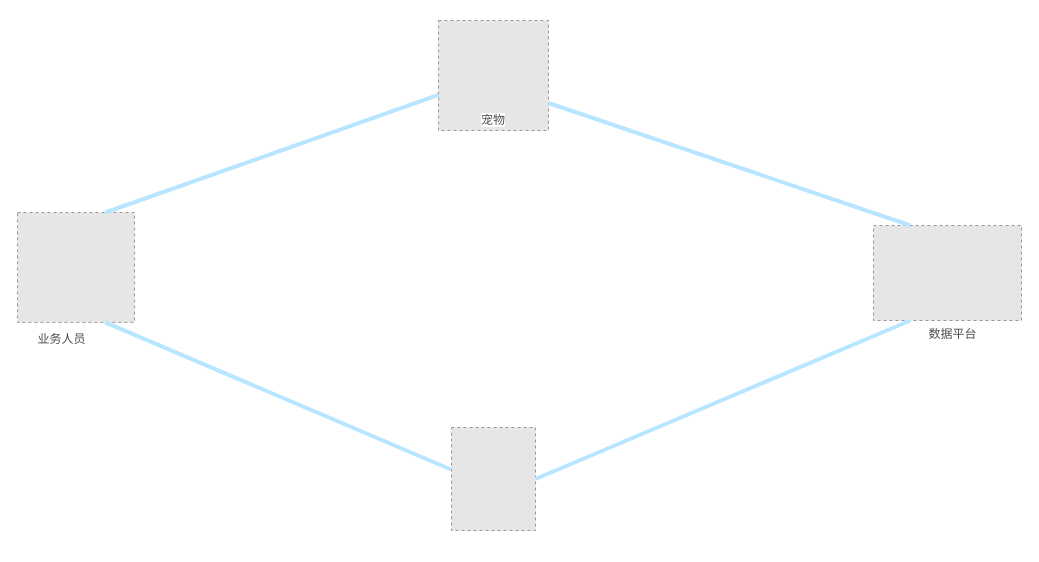
fangzheng0518/draw keeps this draw.io diagram as pet_data_warehouse/宠物标签.drawio. Above is the earlier version. Source tidied: cells renumbered, new cells numbered last; positions are measured from the earlier drawing's top-left corner, leaving out a move shared by most shapes. Both pictures are drawn from the tidied source at 100%, with x=0, y=0 at pixel (17, 20). Pictures stored in the file or linked from it are replaced by grey dashed boxes.
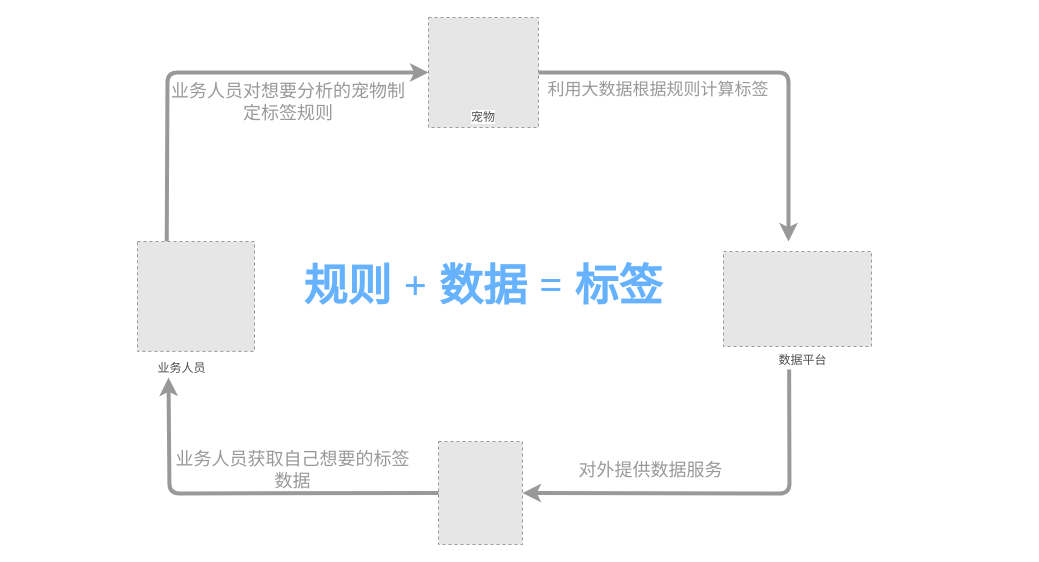
Above is the later version.

Commit message (it also covers changes not shown here):
更新宠物标签.drawio

Unchanged cells that the change refers to:
```xml
<mxCell id="4" style="fillColor=#E6E6E6;strokeColor=#999999;dashed=1;verticalLabelPosition=bottom;labelBackgroundColor=#ffffff;verticalAlign=top;" parent="3" vertex="1">
  <mxGeometry width="110" height="110" as="geometry" />
</mxCell>
<mxCell id="7" style="fillColor=#E6E6E6;strokeColor=#999999;dashed=1;verticalLabelPosition=bottom;labelBackgroundColor=#ffffff;verticalAlign=top;" parent="6" vertex="1">
  <mxGeometry width="148" height="95" as="geometry" />
</mxCell>
<mxCell id="8" value="&lt;font color=&quot;#4d4d4d&quot;&gt;&lt;span style=&quot;background-color: rgb(255 , 255 , 255)&quot;&gt;数据平台&lt;/span&gt;&lt;/font&gt;" style="text;html=1;strokeColor=none;fillColor=none;align=center;verticalAlign=middle;whiteSpace=wrap;rounded=0;" parent="6" vertex="1">
  <mxGeometry x="51.3" y="100" width="57.3" height="18" as="geometry" />
</mxCell>
```

The edit, as a diff of the source:
```diff
@@
     <mxCell id="2" style="fillColor=#E6E6E6;strokeColor=#999999;dashed=1;verticalLabelPosition=bottom;labelBackgroundColor=#ffffff;verticalAlign=top;" parent="1" vertex="1">
-      <mxGeometry x="434" y="407" width="84" height="103" as="geometry" />
+      <mxGeometry x="421" y="421" width="84" height="103" as="geometry" />
     </mxCell>
     <mxCell id="3" style="group;" parent="1" vertex="1">
-      <mxGeometry x="421" width="110" height="110" as="geometry" />
+      <mxGeometry x="411" y="-3" width="110" height="170" as="geometry" />
     </mxCell>
@@
     <mxCell id="6" style="group;" parent="1" vertex="1">
-      <mxGeometry x="856" y="205" width="148" height="118" as="geometry" />
+      <mxGeometry x="706" y="231" width="148" height="118" as="geometry" />
     </mxCell>
@@
-    <mxCell id="9" style="group;" parent="1" vertex="1">
-      <mxGeometry y="192" width="117" height="136" as="geometry" />
-    </mxCell>
+    <mxCell id="16" value="&lt;font style=&quot;font-size: 17px&quot; color=&quot;#999999&quot;&gt;利用大数据根据规则计算标签&lt;/font&gt;" style="text;html=1;strokeColor=none;fillColor=none;align=center;verticalAlign=middle;whiteSpace=wrap;rounded=0;rotation=0;" parent="1" vertex="1">
+      <mxGeometry x="526" y="61" width="230" height="17" as="geometry" />
+    </mxCell>
+    <mxCell id="17" value="&lt;font style=&quot;font-size: 18px&quot; color=&quot;#999999&quot;&gt;对外提供数据服务&lt;/font&gt;" style="text;html=1;strokeColor=none;fillColor=none;align=center;verticalAlign=middle;whiteSpace=wrap;rounded=0;rotation=0;" parent="1" vertex="1">
+      <mxGeometry x="511" y="441" width="245" height="17" as="geometry" />
+    </mxCell>
+    <mxCell id="18" style="endArrow=classic;html=1;strokeColor=#999999;strokeWidth=4;exitX=1;exitY=0.5;exitDx=0;exitDy=0;" parent="1" edge="1" source="4">
+      <mxGeometry relative="1" as="geometry">
+        <mxPoint x="771" y="221" as="targetPoint" />
+        <Array as="points">
+          <mxPoint x="771" y="52" />
+        </Array>
+      </mxGeometry>
+    </mxCell>
+    <mxCell id="19" style="endArrow=classic;html=1;strokeColor=#999999;strokeWidth=4;exitX=0.25;exitY=1;exitDx=0;exitDy=0;entryX=1;entryY=0.5;entryDx=0;entryDy=0;" parent="1" edge="1" source="8" target="2">
+      <mxGeometry relative="1" as="geometry">
+        <Array as="points">
+          <mxPoint x="772" y="473" />
+        </Array>
+      </mxGeometry>
+    </mxCell>
+    <mxCell id="20" style="endArrow=classic;html=1;strokeColor=#999999;strokeWidth=4;exitX=0;exitY=0.5;exitDx=0;exitDy=0;entryX=0.25;entryY=1;entryDx=0;entryDy=0;" parent="1" edge="1" source="2" target="11">
+      <mxGeometry relative="1" as="geometry">
+        <Array as="points">
+          <mxPoint x="152" y="473" />
+        </Array>
+      </mxGeometry>
+    </mxCell>
+    <mxCell id="21" value="&lt;font style=&quot;font-size: 18px&quot; color=&quot;#999999&quot;&gt;业务人员对想要分析的宠物制定标签规则&lt;/font&gt;" style="text;html=1;strokeColor=none;fillColor=none;align=center;verticalAlign=middle;whiteSpace=wrap;rounded=0;rotation=0;" parent="1" vertex="1">
+      <mxGeometry x="146" y="73.5" width="250" height="17" as="geometry" />
+    </mxCell>
+    <mxCell id="12" style="endArrow=classic;html=1;strokeColor=#999999;strokeWidth=4;exitX=0.25;exitY=0;exitDx=0;exitDy=0;entryX=0;entryY=0.5;entryDx=0;entryDy=0;" parent="1" edge="1" source="10" target="4">
+      <mxGeometry relative="1" as="geometry">
+        <Array as="points">
+          <mxPoint x="150" y="52" />
+        </Array>
+      </mxGeometry>
+    </mxCell>
+    <mxCell id="22" value="&lt;font style=&quot;font-size: 18px&quot; color=&quot;#999999&quot;&gt;业务人员获取自己想要的标签数据&lt;/font&gt;" style="text;html=1;strokeColor=none;fillColor=none;align=center;verticalAlign=middle;whiteSpace=wrap;rounded=0;rotation=0;" parent="1" vertex="1">
+      <mxGeometry x="153" y="441" width="245" height="17" as="geometry" />
+    </mxCell>
-    <mxCell id="10" style="fillColor=#E6E6E6;strokeColor=#999999;dashed=1;verticalLabelPosition=bottom;labelBackgroundColor=#ffffff;verticalAlign=top;" parent="9" vertex="1">
-      <mxGeometry width="117" height="109.9" as="geometry" />
+    <mxCell id="10" style="fillColor=#E6E6E6;strokeColor=#999999;dashed=1;verticalLabelPosition=bottom;labelBackgroundColor=#ffffff;verticalAlign=top;" parent="1" vertex="1">
+      <mxGeometry x="120" y="221" width="117" height="109.9" as="geometry" />
     </mxCell>
-    <mxCell id="11" value="&lt;span style=&quot;background-color: rgb(255 , 255 , 255)&quot;&gt;&lt;font color=&quot;#4d4d4d&quot;&gt;业务人员&lt;/font&gt;&lt;/span&gt;" style="text;html=1;strokeColor=none;fillColor=none;align=center;verticalAlign=middle;whiteSpace=wrap;rounded=0;" parent="9" vertex="1">
-      <mxGeometry x="17.7" y="117.1" width="53.2" height="18.9" as="geometry" />
+    <mxCell id="11" value="&lt;span style=&quot;background-color: rgb(255 , 255 , 255)&quot;&gt;&lt;font color=&quot;#4d4d4d&quot;&gt;业务人员&lt;/font&gt;&lt;/span&gt;" style="text;html=1;strokeColor=none;fillColor=none;align=center;verticalAlign=middle;whiteSpace=wrap;rounded=0;" parent="1" vertex="1">
+      <mxGeometry x="137.7" y="338.1" width="53.2" height="18.9" as="geometry" />
     </mxCell>
-    <mxCell id="12" style="endArrow=none;html=1;exitX=0.75;exitY=0;exitDx=0;exitDy=0;strokeColor=#B8E5FF;strokeWidth=4;targetPerimeterSpacing=0;" parent="1" edge="1" source="10" target="4">
-      <mxGeometry relative="1" as="geometry" />
-    </mxCell>
-    <mxCell id="13" style="endArrow=none;html=1;exitX=1;exitY=0.75;exitDx=0;exitDy=0;strokeColor=#B8E5FF;strokeWidth=4;targetPerimeterSpacing=0;entryX=0.25;entryY=0;entryDx=0;entryDy=0;" parent="1" edge="1" source="4" target="7">
-      <mxGeometry relative="1" as="geometry" />
-    </mxCell>
-    <mxCell id="14" style="endArrow=none;html=1;exitX=0.75;exitY=1;exitDx=0;exitDy=0;strokeColor=#B8E5FF;strokeWidth=4;targetPerimeterSpacing=0;entryX=-0.006;entryY=0.408;entryDx=0;entryDy=0;entryPerimeter=0;" parent="1" edge="1" source="10" target="2">
-      <mxGeometry relative="1" as="geometry" />
-    </mxCell>
-    <mxCell id="15" style="endArrow=none;html=1;exitX=1;exitY=0.5;exitDx=0;exitDy=0;strokeColor=#B8E5FF;strokeWidth=4;targetPerimeterSpacing=0;entryX=0.25;entryY=1;entryDx=0;entryDy=0;" parent="1" edge="1" source="2" target="7">
-      <mxGeometry relative="1" as="geometry" />
-    </mxCell>
+    <mxCell id="23" value="&lt;h1&gt;&lt;font color=&quot;#66b2ff&quot; style=&quot;font-size: 44px&quot; face=&quot;Georgia&quot;&gt;规则 + 数据 = 标签&lt;/font&gt;&lt;/h1&gt;" style="text;html=1;strokeColor=none;fillColor=none;align=center;verticalAlign=middle;whiteSpace=wrap;rounded=0;" parent="1" vertex="1">
+      <mxGeometry x="271" y="219" width="390" height="90" as="geometry" />
+    </mxCell>
```
